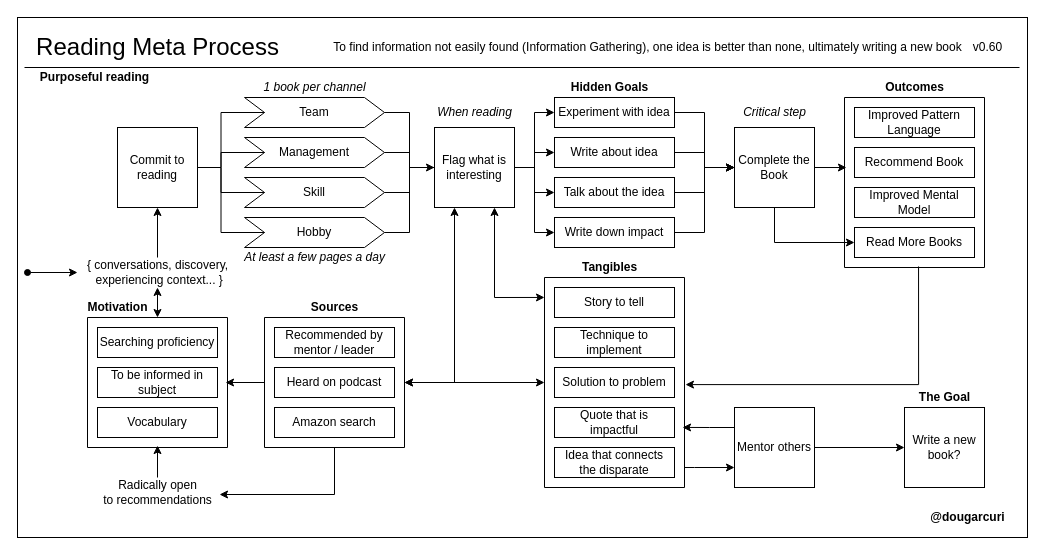
Earlier version of the draw.io diagram books/diagrams/reading-process.drawio (solidi/learning-notes). Source tidied: cells renumbered, new cells numbered last; positions are measured from the earlier drawing's top-left corner, leaving out a move shared by most shapes. Both pictures are drawn from the tidied source at 100%, with x=0, y=0 at pixel (17, 17).
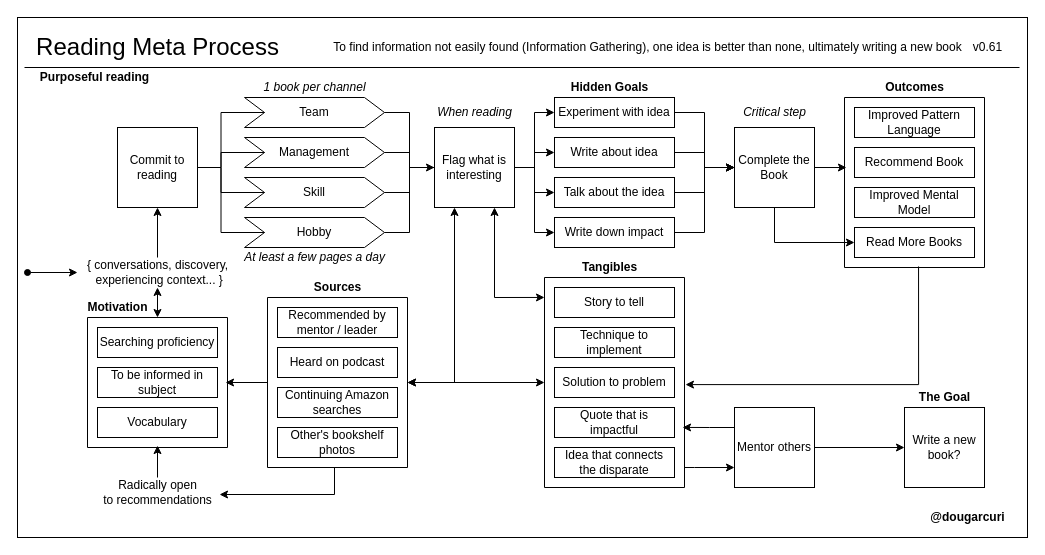
Above is the later version.

Commit message (it also covers changes not shown here):
Add point about others bookshelf

Diff of the diagram source:
```diff
@@
-    <mxCell id="25" value="v0.60" style="text;html=1;align=center;verticalAlign=middle;" parent="1" vertex="1">
+    <mxCell id="25" value="v0.61" style="text;html=1;align=center;verticalAlign=middle;" parent="1" vertex="1">
       <mxGeometry x="950" y="20" width="40" height="20" as="geometry" />
     </mxCell>
@@
     <mxCell id="74" style="verticalLabelPosition=bottom;verticalAlign=top;html=1;shape=mxgraph.basic.rect;fillColor2=none;strokeWidth=1;size=20;indent=5;fillColor=none;" parent="1" vertex="1">
-      <mxGeometry x="247" y="300" width="140" height="130" as="geometry" />
+      <mxGeometry x="250" y="280" width="140" height="170" as="geometry" />
     </mxCell>
     <mxCell id="75" value="&lt;b&gt;Sources&lt;/b&gt;" style="text;html=1;align=center;verticalAlign=middle;" parent="1" vertex="1">
-      <mxGeometry x="287" y="280" width="60" height="20" as="geometry" />
+      <mxGeometry x="290" y="260" width="60" height="20" as="geometry" />
     </mxCell>
     <mxCell id="76" value="Recommended by mentor / leader" style="rounded=0;whiteSpace=wrap;html=1;" parent="1" vertex="1">
-      <mxGeometry x="257" y="310" width="120" height="30" as="geometry" />
+      <mxGeometry x="260" y="290" width="120" height="30" as="geometry" />
     </mxCell>
     <mxCell id="77" value="Heard on podcast" style="rounded=0;whiteSpace=wrap;html=1;" parent="1" vertex="1">
-      <mxGeometry x="257" y="350" width="120" height="30" as="geometry" />
+      <mxGeometry x="260" y="330" width="120" height="30" as="geometry" />
     </mxCell>
-    <mxCell id="78" value="Amazon search" style="rounded=0;whiteSpace=wrap;html=1;" parent="1" vertex="1">
-      <mxGeometry x="257" y="390" width="120" height="30" as="geometry" />
+    <mxCell id="78" value="Continuing Amazon searches" style="rounded=0;whiteSpace=wrap;html=1;" parent="1" vertex="1">
+      <mxGeometry x="260" y="370" width="120" height="30" as="geometry" />
     </mxCell>
@@
+    <mxCell id="85" value="Other's bookshelf photos" style="rounded=0;whiteSpace=wrap;html=1;" parent="1" vertex="1">
+      <mxGeometry x="260" y="410" width="120" height="30" as="geometry" />
+    </mxCell>
```
